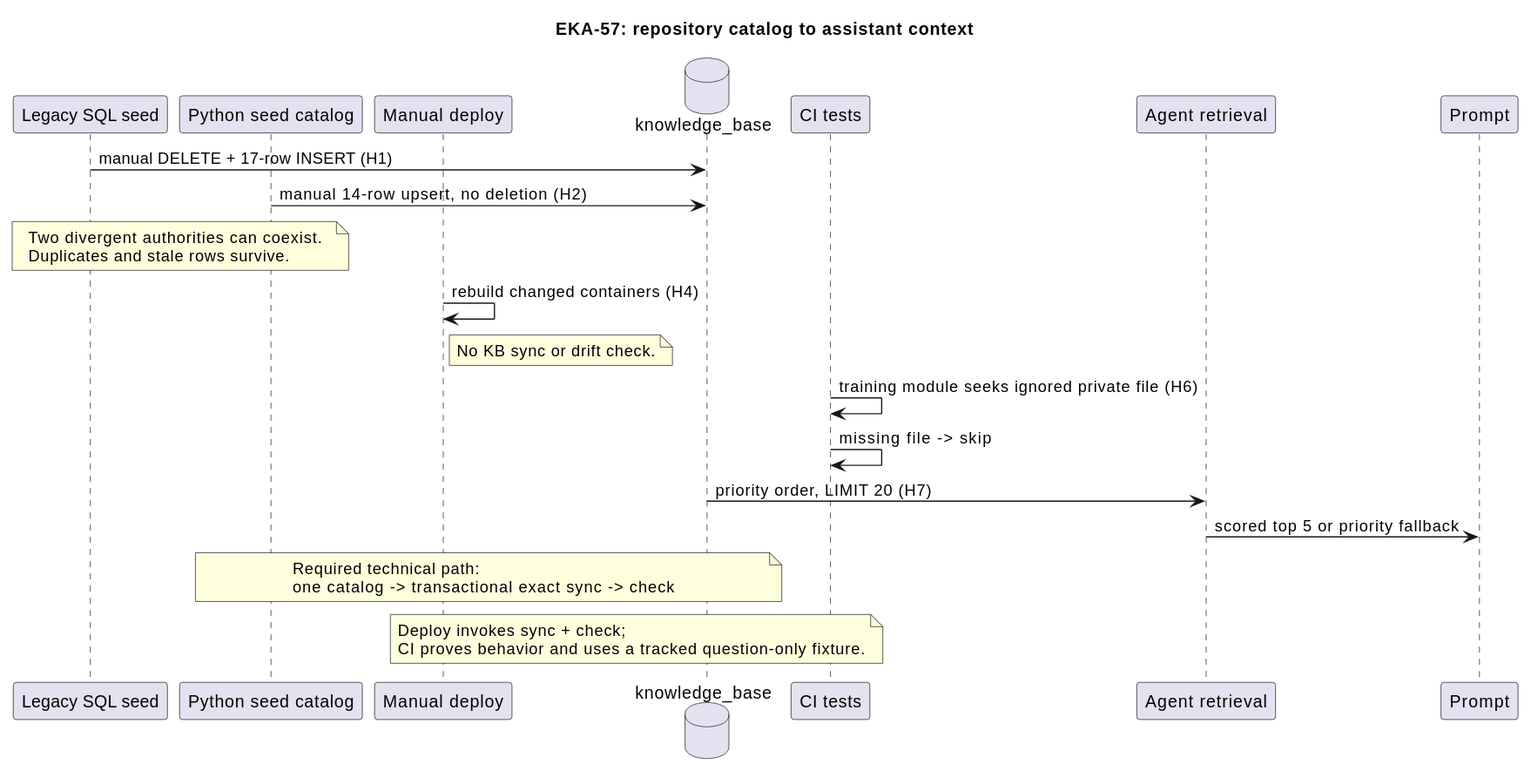
Before: docs/architecture/main-path_007.svg, a diagram exported from PlantUML (NeaBouli/pnyx).
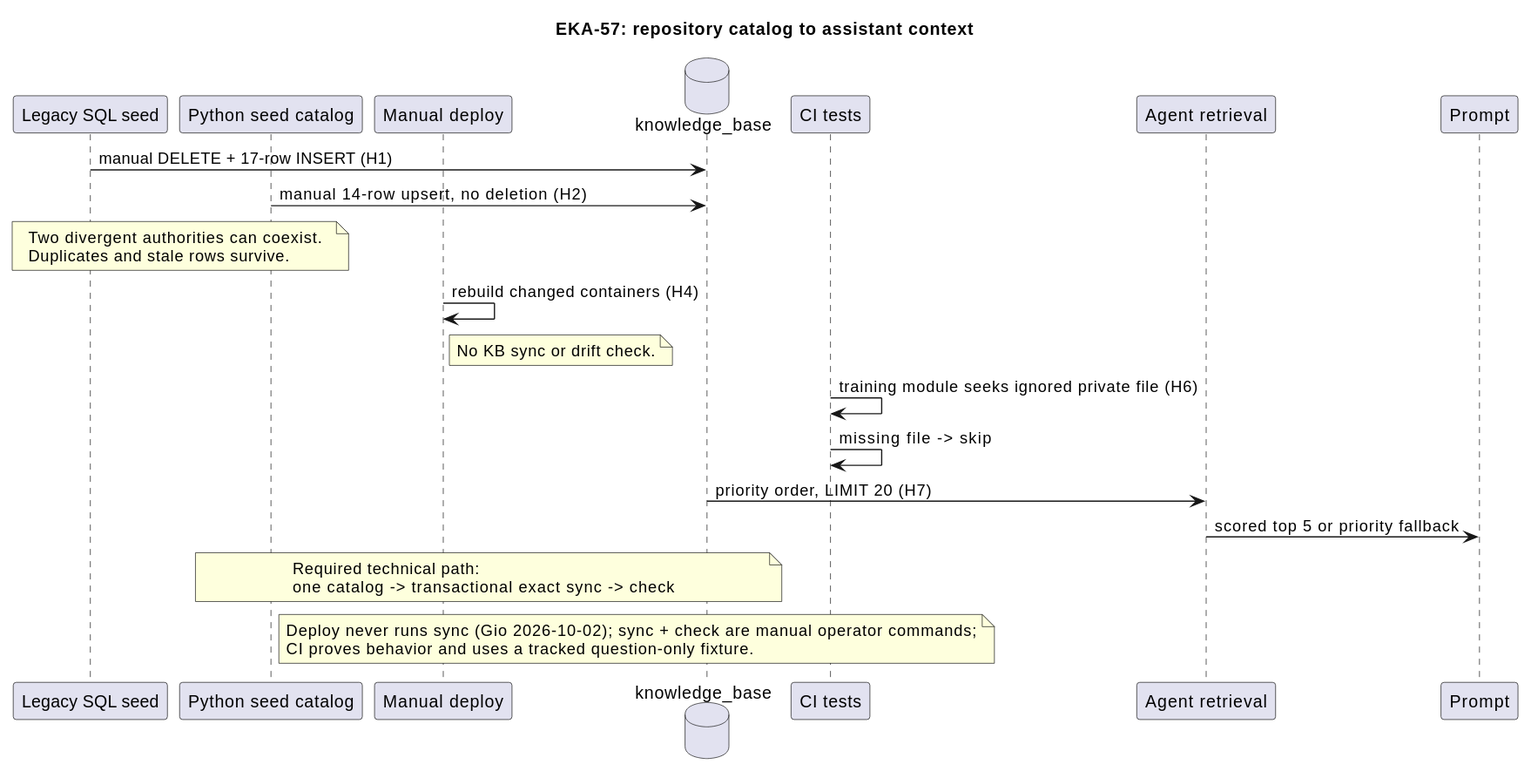
After the commit.

Commit message:
fix(kb): no automatic KB sync in the deploy workflow (Gio decision, CodeRabbit #399)

Diff of the diagram source:
```diff
@@ -33,7 +33,7 @@
 one catalog -> transactional exact sync -> check
 end note
 note over DEPLOY,CI
-Deploy invokes sync + check;
+Deploy never runs sync (Gio 2026-10-02); sync + check are manual operator commands;
 CI proves behavior and uses a tracked question-only fixture.
 end note
 @enduml
```
